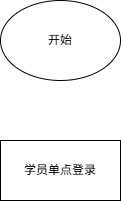
Above: 竞赛一体化平台系统信息流程图.png in BlueTeethAC/drowIOWarehouse (draw.io), before the change. Source tidied: cells renumbered, new cells last; positions are measured from the earlier drawing's top-left corner, leaving out a move shared by most shapes.
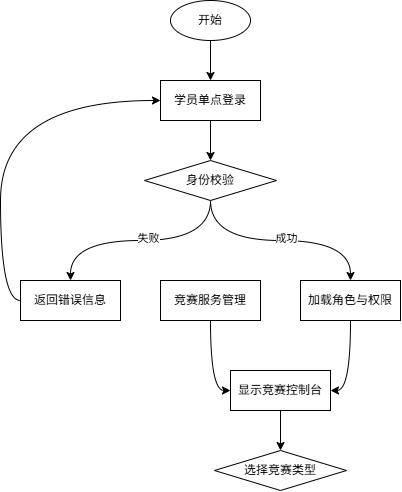
The same diagram one commit later.

Commit message:
更新竞赛一体化平台系统信息流程图.png

Change to the diagram source:
```diff
@@ -2,11 +2,59 @@
   <root>
     <mxCell id="0" />
     <mxCell id="1" parent="0" />
+    <mxCell id="4" style="edgeStyle=orthogonalEdgeStyle;rounded=0;jettySize=auto;html=1;exitX=0.5;exitY=1;exitDx=0;exitDy=0;entryX=0.5;entryY=0;entryDx=0;entryDy=0;" parent="1" edge="1" source="2" target="3">
+      <mxGeometry relative="1" as="geometry" />
+    </mxCell>
     <mxCell id="2" value="开始" style="ellipse;whiteSpace=wrap;html=1;" parent="1" vertex="1">
-      <mxGeometry width="120" height="80" as="geometry" />
+      <mxGeometry x="20" y="20" width="80" height="40" as="geometry" />
     </mxCell>
+    <mxCell id="5" style="edgeStyle=orthogonalEdgeStyle;rounded=0;jettySize=auto;html=1;exitX=0.5;exitY=1;exitDx=0;exitDy=0;entryX=0.5;entryY=0;entryDx=0;entryDy=0;" parent="1" edge="1" source="3" target="10">
+      <mxGeometry relative="1" as="geometry" />
+    </mxCell>
     <mxCell id="3" value="学员单点登录" style="rounded=0;whiteSpace=wrap;html=1;" parent="1" vertex="1">
-      <mxGeometry y="140" width="120" height="60" as="geometry" />
+      <mxGeometry x="10" y="100" width="100" height="40" as="geometry" />
     </mxCell>
+    <mxCell id="6" style="edgeStyle=orthogonalEdgeStyle;curved=1;rounded=0;jettySize=auto;html=1;exitX=0.5;exitY=1;exitDx=0;exitDy=0;" parent="1" edge="1" source="10" target="12">
+      <mxGeometry relative="1" as="geometry" />
+    </mxCell>
+    <mxCell id="7" value="失败" style="edgeLabel;html=1;align=center;verticalAlign=middle;" parent="6" vertex="1">
+      <mxGeometry x="-0.07" y="-2" relative="1" as="geometry" />
+    </mxCell>
+    <mxCell id="8" style="edgeStyle=orthogonalEdgeStyle;curved=1;rounded=0;jettySize=auto;html=1;exitX=0.5;exitY=1;exitDx=0;exitDy=0;" parent="1" edge="1" source="10" target="16">
+      <mxGeometry relative="1" as="geometry" />
+    </mxCell>
+    <mxCell id="9" value="成功" style="edgeLabel;html=1;align=center;verticalAlign=middle;" parent="8" vertex="1">
+      <mxGeometry x="0.05" y="2" relative="1" as="geometry" />
+    </mxCell>
+    <mxCell id="10" value="身份校验" style="rhombus;whiteSpace=wrap;html=1;" parent="1" vertex="1">
+      <mxGeometry x="-6" y="180" width="132" height="40" as="geometry" />
+    </mxCell>
+    <mxCell id="11" style="edgeStyle=orthogonalEdgeStyle;curved=1;rounded=0;jettySize=auto;html=1;exitX=0;exitY=0.5;exitDx=0;exitDy=0;entryX=0;entryY=0.5;entryDx=0;entryDy=0;" parent="1" edge="1" source="12" target="3">
+      <mxGeometry relative="1" as="geometry" />
+    </mxCell>
+    <mxCell id="12" value="返回错误信息" style="rounded=0;whiteSpace=wrap;html=1;" parent="1" vertex="1">
+      <mxGeometry x="-130" y="300" width="100" height="40" as="geometry" />
+    </mxCell>
+    <mxCell id="13" style="edgeStyle=orthogonalEdgeStyle;curved=1;rounded=0;jettySize=auto;html=1;exitX=0.5;exitY=1;exitDx=0;exitDy=0;entryX=0;entryY=0.5;entryDx=0;entryDy=0;" parent="1" edge="1" source="14" target="18">
+      <mxGeometry relative="1" as="geometry" />
+    </mxCell>
+    <mxCell id="14" value="竞赛服务管理" style="rounded=0;whiteSpace=wrap;html=1;" parent="1" vertex="1">
+      <mxGeometry x="10" y="300" width="100" height="40" as="geometry" />
+    </mxCell>
+    <mxCell id="15" style="edgeStyle=orthogonalEdgeStyle;curved=1;rounded=0;jettySize=auto;html=1;exitX=0.5;exitY=1;exitDx=0;exitDy=0;entryX=1;entryY=0.5;entryDx=0;entryDy=0;" parent="1" edge="1" source="16" target="18">
+      <mxGeometry relative="1" as="geometry" />
+    </mxCell>
+    <mxCell id="16" value="加载角色与权限" style="rounded=0;whiteSpace=wrap;html=1;" parent="1" vertex="1">
+      <mxGeometry x="150" y="300" width="100" height="40" as="geometry" />
+    </mxCell>
+    <mxCell id="17" style="edgeStyle=orthogonalEdgeStyle;curved=1;rounded=0;jettySize=auto;html=1;exitX=0.5;exitY=1;exitDx=0;exitDy=0;entryX=0.5;entryY=0;entryDx=0;entryDy=0;" parent="1" edge="1" source="18" target="19">
+      <mxGeometry relative="1" as="geometry" />
+    </mxCell>
+    <mxCell id="18" value="显示竞赛控制台" style="rounded=0;whiteSpace=wrap;html=1;" parent="1" vertex="1">
+      <mxGeometry x="80" y="390" width="100" height="40" as="geometry" />
+    </mxCell>
+    <mxCell id="19" value="选择竞赛类型" style="rhombus;whiteSpace=wrap;html=1;" parent="1" vertex="1">
+      <mxGeometry x="64" y="470" width="132" height="40" as="geometry" />
+    </mxCell>
   </root>
 </mxGraphModel>
```
